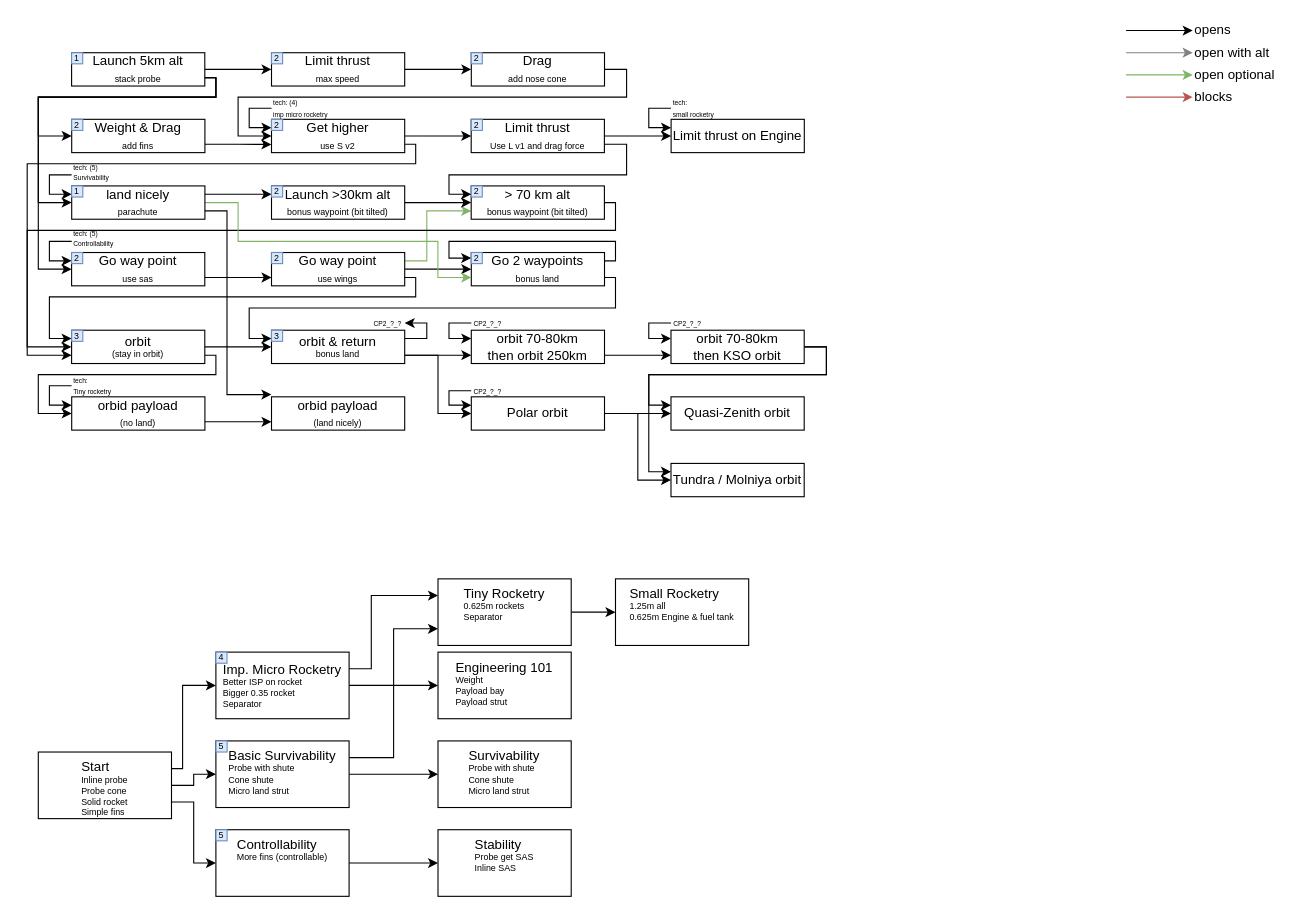
SaphireFalcon/real_career keeps this draw.io diagram as doc/CP1 contracts & TT.drawio. Above is the earlier version. Source tidied: cells renumbered, new cells numbered last; positions are measured from the earlier drawing's top-left corner, leaving out a move shared by most shapes. Both pictures are drawn from the tidied source at 111%, with x=0, y=0 at pixel (27, 19).
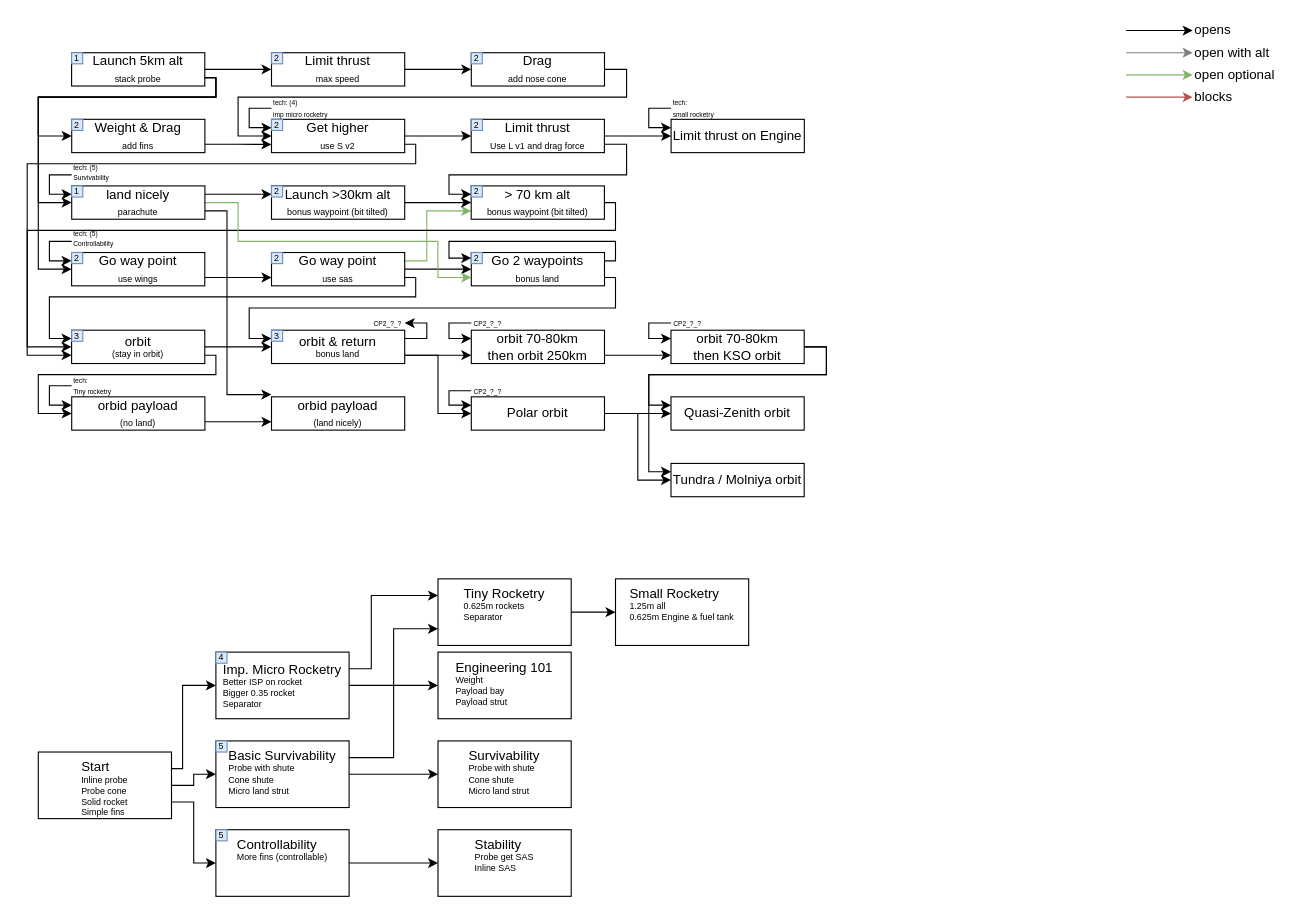
After the change.

The edit, as a diff of the source:
```diff
@@
-    <mxCell id="9" value="Go way point&lt;font style=&quot;font-size: 8px&quot;&gt;&lt;br&gt;&lt;/font&gt;&lt;span style=&quot;font-size: 8px&quot;&gt;use sas&lt;/span&gt;" style="rounded=0;whiteSpace=wrap;html=1;" parent="1" vertex="1">
+    <mxCell id="9" value="Go way point&lt;font style=&quot;font-size: 8px&quot;&gt;&lt;br&gt;&lt;/font&gt;&lt;span style=&quot;font-size: 8px&quot;&gt;use wings&lt;/span&gt;" style="rounded=0;whiteSpace=wrap;html=1;" parent="1" vertex="1">
       <mxGeometry x="40" y="210" width="120" height="30" as="geometry" />
     </mxCell>
@@
-    <mxCell id="11" value="Go way point&lt;font style=&quot;font-size: 8px&quot;&gt;&lt;br&gt;&lt;/font&gt;&lt;span style=&quot;font-size: 8px&quot;&gt;use wings&lt;/span&gt;" style="rounded=0;whiteSpace=wrap;html=1;" parent="1" vertex="1">
+    <mxCell id="11" value="Go way point&lt;font style=&quot;font-size: 8px&quot;&gt;&lt;br&gt;&lt;/font&gt;&lt;span style=&quot;font-size: 8px&quot;&gt;use sas&lt;/span&gt;" style="rounded=0;whiteSpace=wrap;html=1;" parent="1" vertex="1">
       <mxGeometry x="220.1" y="210" width="120" height="30" as="geometry" />
     </mxCell>
```
